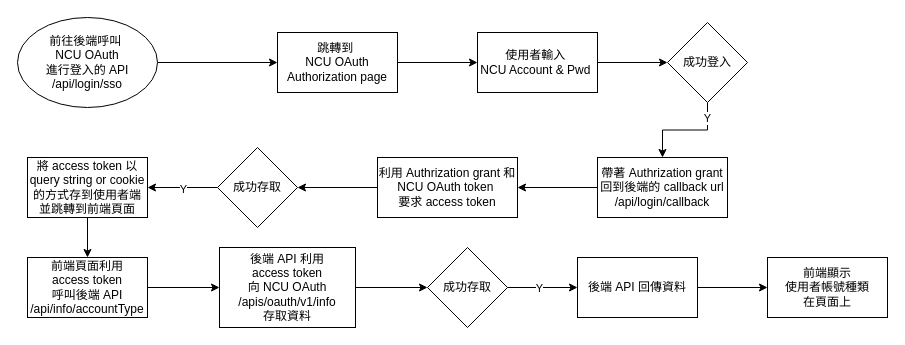
tommygood/Meeting-Room-Booking-System keeps this draw.io diagram as doc/NCU_OAuth_flow_chart.drawio. Above is the earlier version. Source tidied: cells renumbered, new cells numbered last; positions are measured from the earlier drawing's top-left corner, leaving out a move shared by most shapes. Both pictures are drawn from the tidied source at 100%, with x=0, y=0 at pixel (17, 17).
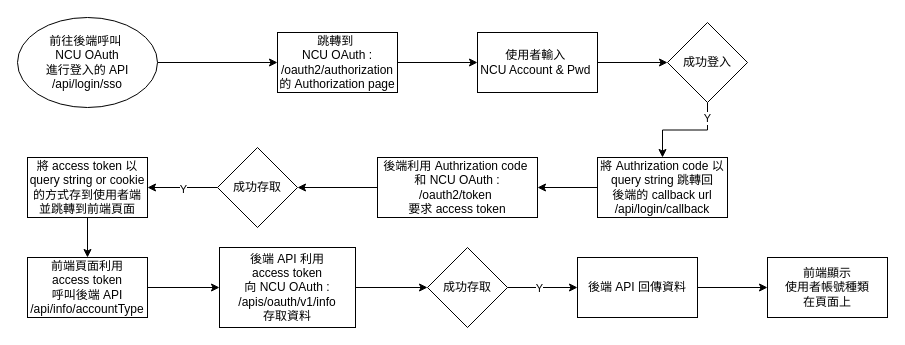
The same page after the edit.

Change to the diagram source:
```diff
@@
-    <mxCell id="3" value="跳轉到&amp;nbsp;&lt;div&gt;NCU OAuth&lt;div&gt;Authorization page&lt;/div&gt;&lt;/div&gt;" style="rounded=0;whiteSpace=wrap;html=1;" parent="1" vertex="1">
+    <mxCell id="3" value="跳轉到&amp;nbsp;&lt;div&gt;NCU OAuth :&lt;/div&gt;&lt;div&gt;/oauth2/authorization&lt;br&gt;&lt;div&gt;的 Authorization page&lt;/div&gt;&lt;/div&gt;" style="rounded=0;whiteSpace=wrap;html=1;" parent="1" vertex="1">
       <mxGeometry x="260" y="15" width="120" height="60" as="geometry" />
     </mxCell>
@@
-    <mxCell id="12" value="帶著 Authrization grant&lt;div&gt;回到後端的 callback url&lt;div&gt;/api/login/callback&lt;/div&gt;&lt;/div&gt;" style="rounded=0;whiteSpace=wrap;html=1;" parent="1" vertex="1">
+    <mxCell id="12" value="將 Authrization code 以 query string 跳轉回&lt;div&gt;&lt;span style=&quot;background-color: initial;&quot;&gt;後端的 callback url&lt;/span&gt;&lt;div&gt;&lt;div&gt;/api/login/callback&lt;/div&gt;&lt;/div&gt;&lt;/div&gt;" style="rounded=0;whiteSpace=wrap;html=1;" parent="1" vertex="1">
       <mxGeometry x="580" y="140" width="130" height="60" as="geometry" />
     </mxCell>
@@
-    <mxCell id="14" value="利用 Authrization grant 和 NCU OAuth token&amp;nbsp;&lt;div&gt;要求 access token&lt;/div&gt;" style="rounded=0;whiteSpace=wrap;html=1;" parent="1" vertex="1">
-      <mxGeometry x="360" y="140" width="140" height="60" as="geometry" />
+    <mxCell id="14" value="後端利用&amp;nbsp;&lt;span style=&quot;background-color: initial;&quot;&gt;Authrization code&amp;nbsp;&lt;/span&gt;&lt;div&gt;&lt;span style=&quot;background-color: initial;&quot;&gt;和&lt;/span&gt;&lt;span style=&quot;background-color: initial;&quot;&gt;&amp;nbsp;NCU OAuth : /oauth2/token&amp;nbsp;&lt;/span&gt;&lt;/div&gt;&lt;div&gt;&lt;div&gt;要求 access token&lt;/div&gt;&lt;/div&gt;" style="rounded=0;whiteSpace=wrap;html=1;" parent="1" vertex="1">
+      <mxGeometry x="360" y="140" width="160" height="60" as="geometry" />
     </mxCell>
@@
-    <mxCell id="23" value="&lt;div&gt;後端 API 利用&lt;/div&gt;&lt;div&gt;access token&lt;/div&gt;&lt;div&gt;向 NCU OAuth&lt;/div&gt;&lt;div&gt;/apis/oauth/v1/info&lt;br&gt;&lt;/div&gt;&lt;div&gt;存取資料&lt;/div&gt;" style="rounded=0;whiteSpace=wrap;html=1;" parent="1" vertex="1">
+    <mxCell id="23" value="&lt;div&gt;後端 API 利用&lt;/div&gt;&lt;div&gt;access token&lt;/div&gt;&lt;div&gt;向 NCU OAuth :&lt;/div&gt;&lt;div&gt;/apis/oauth/v1/info&lt;br&gt;&lt;/div&gt;&lt;div&gt;存取資料&lt;/div&gt;" style="rounded=0;whiteSpace=wrap;html=1;" parent="1" vertex="1">
       <mxGeometry x="202" y="230" width="136" height="80" as="geometry" />
     </mxCell>
```
